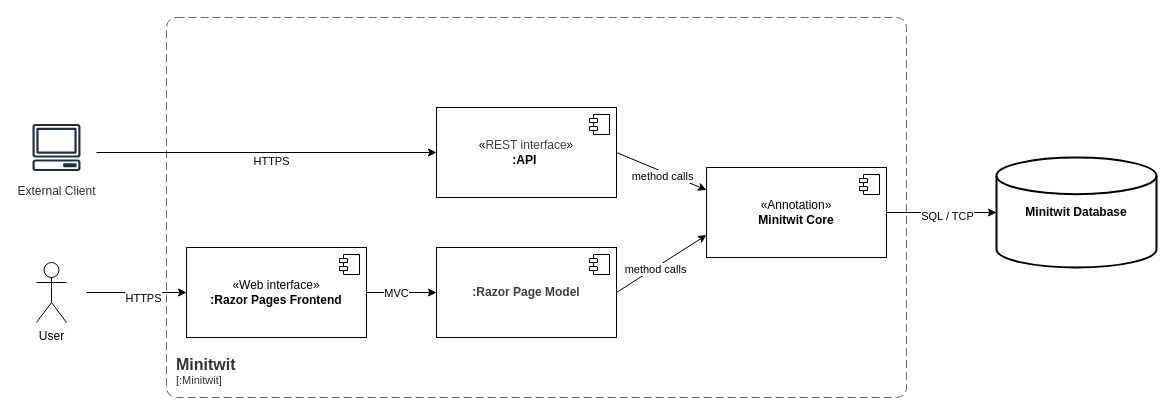
This is report/diagrams/component_and_connector_diagram_horizontal.drawio from ITU-DevOps2026/ITU-minitwit, a draw.io file, before an edit. Source tidied: cells renumbered, new cells numbered last; positions are measured from the earlier drawing's top-left corner, leaving out a move shared by most shapes. Both pictures are drawn from the tidied source at 100%, with x=0, y=0 at pixel (26, 17).
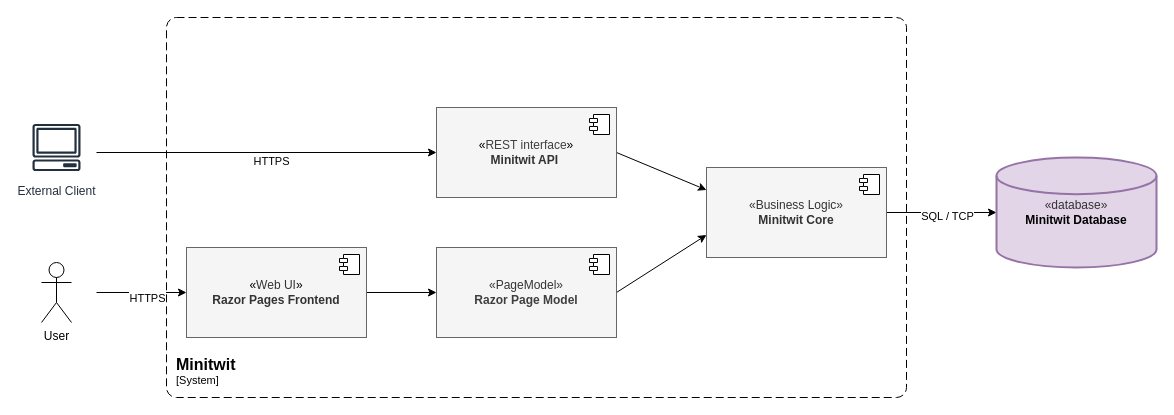
After the change.

Commit message (it also covers changes not shown here):
Updated and export horizontal C&C

Unchanged cells that the change refers to:
```xml
<mxCell id="2" style="edgeStyle=none;html=1;exitX=1;exitY=0.5;exitDx=0;exitDy=0;entryX=0;entryY=0.5;entryDx=0;entryDy=0;" parent="1" edge="1" source="4" target="14">
  <mxGeometry relative="1" as="geometry" />
</mxCell>
<mxCell id="6" style="edgeStyle=none;html=1;entryX=0;entryY=0.25;entryDx=0;entryDy=0;exitX=1;exitY=0.5;exitDx=0;exitDy=0;" parent="1" edge="1" source="8" target="18">
  <mxGeometry relative="1" as="geometry" />
</mxCell>
<mxCell id="12" style="edgeStyle=none;html=1;entryX=0;entryY=0.75;entryDx=0;entryDy=0;exitX=1;exitY=0.5;exitDx=0;exitDy=0;" parent="1" edge="1" source="14" target="18">
  <mxGeometry relative="1" as="geometry" />
</mxCell>
```

Diff of the diagram source:
```diff
@@
+    <object id="17" label="&lt;font style=&quot;font-size: 16px&quot;&gt;&lt;b&gt;&lt;div style=&quot;text-align: left&quot;&gt;%c4Name%&lt;/div&gt;&lt;/b&gt;&lt;/font&gt;&lt;div style=&quot;text-align: left&quot;&gt;[%c4Application%]&lt;/div&gt;" c4Application="System" c4Name="Minitwit" placeholders="1">
+      <mxCell style="rounded=1;fontSize=11;whiteSpace=wrap;html=1;dashed=1;arcSize=20;labelBackgroundColor=none;align=left;verticalAlign=bottom;labelBorderColor=none;spacingTop=0;spacing=10;dashPattern=8 4;perimeter=rectanglePerimeter;noLabel=0;labelPadding=0;absoluteArcSize=1;" parent="1" vertex="1">
+        <mxGeometry x="140" width="740" height="380" as="geometry" />
+      </mxCell>
+    </object>
@@
-    <mxCell id="3" value="MVC" style="edgeLabel;html=1;align=center;verticalAlign=middle;" parent="2" vertex="1">
-      <mxGeometry x="-0.16" relative="1" as="geometry" />
-    </mxCell>
-    <mxCell id="4" value="&lt;span style=&quot;color: rgb(0, 0, 0);&quot;&gt;«&lt;/span&gt;Web interface&lt;span style=&quot;color: rgb(0, 0, 0);&quot;&gt;»&lt;/span&gt;&lt;br&gt;&lt;b&gt;:Razor Pages Frontend&lt;/b&gt;" style="html=1;whiteSpace=wrap;" parent="1" vertex="1">
+    <mxCell id="4" value="&lt;span style=&quot;color: rgb(0, 0, 0);&quot;&gt;«&lt;/span&gt;Web UI&lt;span style=&quot;color: rgb(0, 0, 0);&quot;&gt;»&lt;/span&gt;&lt;br&gt;&lt;b&gt;Razor Pages Frontend&lt;/b&gt;" style="html=1;whiteSpace=wrap;fillColor=#f5f5f5;fontColor=#333333;strokeColor=#666666;" parent="1" vertex="1">
       <mxGeometry x="160" y="230" width="180" height="90" as="geometry" />
     </mxCell>
@@
-    <mxCell id="7" value="method calls" style="edgeLabel;html=1;align=center;verticalAlign=middle;" parent="6" vertex="1">
-      <mxGeometry x="0.04" y="-4" relative="1" as="geometry" />
-    </mxCell>
-    <mxCell id="8" value="&lt;div&gt;&lt;div style=&quot;scrollbar-color: rgb(226, 226, 226) rgb(251, 251, 251); color: rgb(63, 63, 63);&quot;&gt;&lt;span style=&quot;scrollbar-color: rgb(226, 226, 226) rgb(251, 251, 251); background-color: transparent; color: rgb(0, 0, 0);&quot;&gt;«&lt;/span&gt;REST interface&lt;span style=&quot;scrollbar-color: rgb(226, 226, 226) rgb(251, 251, 251); background-color: transparent; color: rgb(0, 0, 0);&quot;&gt;»&lt;/span&gt;&lt;/div&gt;&lt;b style=&quot;scrollbar-color: rgb(226, 226, 226) rgb(251, 251, 251); color: rgb(63, 63, 63);&quot;&gt;&lt;/b&gt;&lt;/div&gt;&lt;div&gt;&lt;b style=&quot;background-color: transparent;&quot;&gt;:API&amp;nbsp;&lt;/b&gt;&lt;/div&gt;" style="html=1;whiteSpace=wrap;" parent="1" vertex="1">
+    <mxCell id="8" value="&lt;div&gt;&lt;div style=&quot;scrollbar-color: rgb(226, 226, 226) rgb(251, 251, 251); color: rgb(63, 63, 63);&quot;&gt;&lt;span style=&quot;scrollbar-color: rgb(226, 226, 226) rgb(251, 251, 251); background-color: transparent; color: rgb(0, 0, 0);&quot;&gt;«&lt;/span&gt;REST interface&lt;span style=&quot;scrollbar-color: rgb(226, 226, 226) rgb(251, 251, 251); background-color: transparent; color: rgb(0, 0, 0);&quot;&gt;»&lt;/span&gt;&lt;/div&gt;&lt;b style=&quot;scrollbar-color: rgb(226, 226, 226) rgb(251, 251, 251); color: rgb(63, 63, 63);&quot;&gt;&lt;/b&gt;&lt;/div&gt;&lt;div&gt;&lt;b style=&quot;background-color: transparent;&quot;&gt;Minitwit API&amp;nbsp;&lt;/b&gt;&lt;/div&gt;" style="html=1;whiteSpace=wrap;fillColor=#f5f5f5;strokeColor=#666666;fontColor=#333333;" parent="1" vertex="1">
       <mxGeometry x="410" y="90" width="180" height="90" as="geometry" />
     </mxCell>
@@
-    <mxCell id="13" value="method calls" style="edgeLabel;html=1;align=center;verticalAlign=middle;" parent="12" vertex="1">
-      <mxGeometry x="-0.13" relative="1" as="geometry">
-        <mxPoint y="1" as="offset" />
-      </mxGeometry>
-    </mxCell>
-    <mxCell id="14" value="&lt;b style=&quot;color: rgb(63, 63, 63); scrollbar-color: rgb(226, 226, 226) rgb(251, 251, 251);&quot;&gt;:Razor Page Model&lt;/b&gt;" style="html=1;whiteSpace=wrap;" parent="1" vertex="1">
+    <mxCell id="14" value="&lt;div&gt;&lt;b style=&quot;color: rgb(63, 63, 63); scrollbar-color: rgb(226, 226, 226) rgb(251, 251, 251);&quot;&gt;&lt;span style=&quot;color: rgb(51, 51, 51); font-weight: 400;&quot;&gt;«PageModel»&lt;/span&gt;&lt;br style=&quot;color: rgb(63, 63, 63); scrollbar-color: rgb(226, 226, 226) rgb(251, 251, 251); font-weight: 400;&quot;&gt;&lt;/b&gt;&lt;/div&gt;&lt;b style=&quot;color: rgb(63, 63, 63); scrollbar-color: rgb(226, 226, 226) rgb(251, 251, 251);&quot;&gt;Razor Page Model&lt;/b&gt;" style="html=1;whiteSpace=wrap;fillColor=#f5f5f5;fontColor=#333333;strokeColor=#666666;" parent="1" vertex="1">
       <mxGeometry x="410" y="230" width="180" height="90" as="geometry" />
     </mxCell>
@@
-    <mxCell id="16" value="&lt;b&gt;Minitwit Database&lt;/b&gt;" style="strokeWidth=2;html=1;shape=mxgraph.flowchart.database;whiteSpace=wrap;" parent="1" vertex="1">
+    <mxCell id="16" value="&lt;div&gt;&lt;span style=&quot;color: rgb(51, 51, 51);&quot;&gt;«database»&lt;/span&gt;&lt;br style=&quot;color: rgb(63, 63, 63); scrollbar-color: rgb(226, 226, 226) rgb(251, 251, 251);&quot;&gt;&lt;/div&gt;&lt;b&gt;Minitwit Database&lt;/b&gt;" style="strokeWidth=2;html=1;shape=mxgraph.flowchart.database;whiteSpace=wrap;fillColor=#e1d5e7;strokeColor=#9673a6;" parent="1" vertex="1">
       <mxGeometry x="970" y="140" width="160" height="110" as="geometry" />
     </mxCell>
-    <object id="17" label="&lt;font style=&quot;font-size: 16px&quot;&gt;&lt;b&gt;&lt;div style=&quot;text-align: left&quot;&gt;%c4Name%&lt;/div&gt;&lt;/b&gt;&lt;/font&gt;&lt;div style=&quot;text-align: left&quot;&gt;[%c4Application%]&lt;/div&gt;" c4Application=":Minitwit" c4Name="Minitwit" placeholders="1">
-      <mxCell style="rounded=1;fontSize=11;whiteSpace=wrap;html=1;dashed=1;arcSize=20;fillColor=none;strokeColor=#666666;fontColor=#333333;labelBackgroundColor=none;align=left;verticalAlign=bottom;labelBorderColor=none;spacingTop=0;spacing=10;dashPattern=8 4;perimeter=rectanglePerimeter;noLabel=0;labelPadding=0;absoluteArcSize=1;" parent="1" vertex="1">
-        <mxGeometry x="140" width="740" height="380" as="geometry" />
-      </mxCell>
-    </object>
-    <mxCell id="18" value="«Annotation»&lt;br&gt;&lt;b&gt;Minitwit Core&lt;/b&gt;" style="html=1;whiteSpace=wrap;" parent="1" vertex="1">
+    <mxCell id="18" value="«Business Logic»&lt;br&gt;&lt;b&gt;Minitwit Core&lt;/b&gt;" style="html=1;whiteSpace=wrap;fillColor=#f5f5f5;fontColor=#333333;strokeColor=#666666;" parent="1" vertex="1">
       <mxGeometry x="680" y="150" width="180" height="90" as="geometry" />
     </mxCell>
@@
     <mxCell id="23" style="edgeStyle=none;html=1;entryX=0;entryY=0.5;entryDx=0;entryDy=0;" parent="1" edge="1" target="4">
       <mxGeometry relative="1" as="geometry">
-        <mxPoint x="60" y="275" as="sourcePoint" />
+        <mxPoint x="70" y="275" as="sourcePoint" />
       </mxGeometry>
     </mxCell>
@@
     <mxCell id="25" value="User" style="shape=umlActor;verticalLabelPosition=bottom;verticalAlign=top;html=1;" parent="1" vertex="1">
-      <mxGeometry x="10" y="245" width="30" height="60" as="geometry" />
+      <mxGeometry x="15" y="245" width="30" height="60" as="geometry" />
     </mxCell>
```
